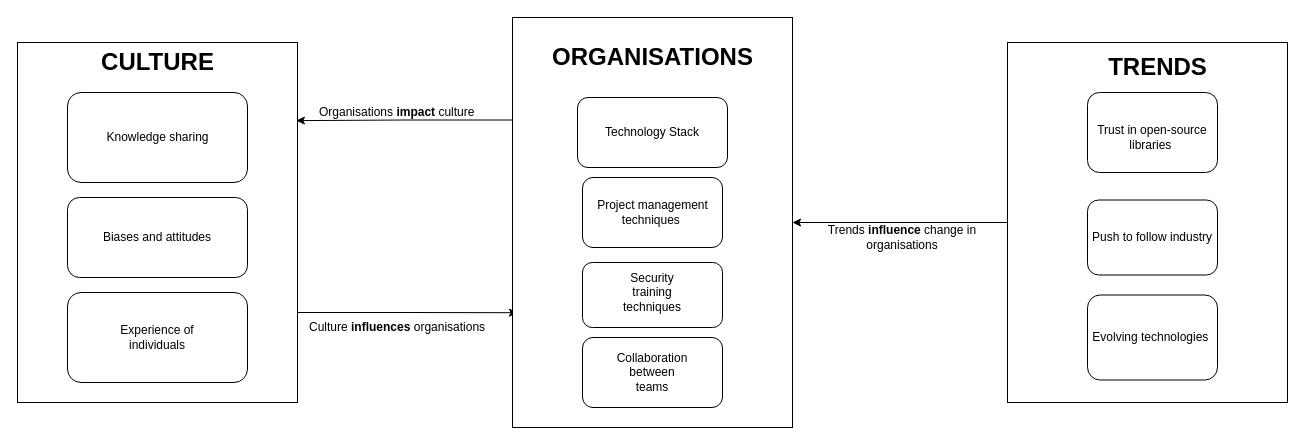
The draw.io diagram reports/final/Emergent_Theory_Diagram.drawio in sajwanlava/ENGR489, before the edit. Source tidied: cells renumbered, new cells numbered last; positions are measured from the earlier drawing's top-left corner, leaving out a move shared by most shapes. Both pictures are drawn from the tidied source at 100%, with x=0, y=0 at pixel (17, 17).
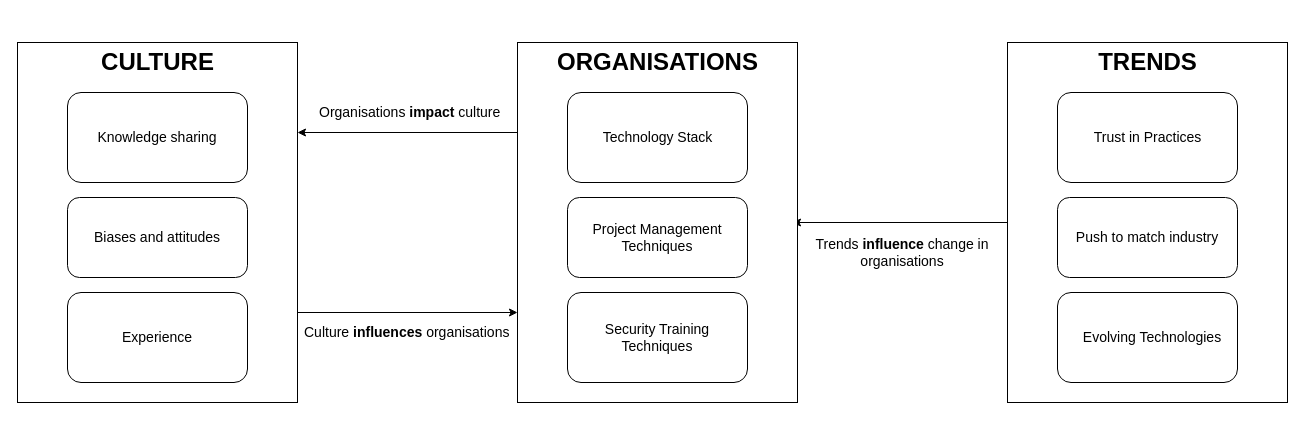
Above is the later version.

Commit message (it also covers changes not shown here):
Latest report updates, added new emergent theory diagram, updated timetable

Unchanged cells that the change refers to:
```xml
<mxCell id="5" style="rounded=0;whiteSpace=wrap;html=1;" parent="1" vertex="1">
  <mxGeometry y="25" width="280" height="360" as="geometry" />
</mxCell>
```

What changed in the source:
```diff
@@
-    <mxCell id="2" style="edgeStyle=orthogonalEdgeStyle;rounded=0;jettySize=auto;html=1;entryX=1;entryY=0.5;entryDx=0;entryDy=0;" parent="1" edge="1" source="3" target="12">
-      <mxGeometry relative="1" as="geometry" />
+    <mxCell id="2" style="edgeStyle=orthogonalEdgeStyle;rounded=0;orthogonalLoop=1;jettySize=auto;html=1;entryX=1;entryY=0.5;entryDx=0;entryDy=0;" parent="1" edge="1">
+      <mxGeometry relative="1" as="geometry">
+        <mxPoint x="990" y="205" as="sourcePoint" />
+        <mxPoint x="775" y="205" as="targetPoint" />
+      </mxGeometry>
     </mxCell>
-    <mxCell id="3" style="rounded=0;whiteSpace=wrap;html=1;" parent="1" vertex="1">
-      <mxGeometry x="990" y="25" width="280" height="360" as="geometry" />
-    </mxCell>
-    <mxCell id="4" style="edgeStyle=orthogonalEdgeStyle;rounded=0;jettySize=auto;html=1;exitX=1;exitY=0.75;exitDx=0;exitDy=0;entryX=0.018;entryY=0.72;entryDx=0;entryDy=0;entryPerimeter=0;" parent="1" edge="1" source="5" target="12">
-      <mxGeometry relative="1" as="geometry" />
-    </mxCell>
+    <mxCell id="32" style="edgeStyle=orthogonalEdgeStyle;rounded=0;jettySize=auto;html=1;exitX=1;exitY=0.75;exitDx=0;exitDy=0;entryX=0;entryY=0.75;entryDx=0;entryDy=0;" parent="1" edge="1" source="5" target="34">
+      <mxGeometry relative="1" as="geometry" />
+    </mxCell>
@@
-    <mxCell id="7" value="Biases and attitudes" style="text;html=1;strokeColor=none;fillColor=none;align=center;verticalAlign=middle;whiteSpace=wrap;rounded=0;" parent="1" vertex="1">
+    <mxCell id="7" value="&lt;font style=&quot;font-size: 14px&quot;&gt;Biases and attitudes&lt;/font&gt;" style="text;html=1;strokeColor=none;fillColor=none;align=center;verticalAlign=middle;whiteSpace=wrap;rounded=0;" parent="1" vertex="1">
       <mxGeometry x="70" y="210" width="140" height="20" as="geometry" />
     </mxCell>
@@
-    <mxCell id="10" value="Knowledge sharing" style="text;html=1;strokeColor=none;fillColor=none;align=center;verticalAlign=middle;whiteSpace=wrap;rounded=0;" parent="1" vertex="1">
-      <mxGeometry x="82.5" y="115" width="115" height="10" as="geometry" />
+    <mxCell id="10" value="&lt;font style=&quot;font-size: 14px&quot;&gt;Knowledge sharing&lt;/font&gt;" style="text;html=1;strokeColor=none;fillColor=none;align=center;verticalAlign=middle;whiteSpace=wrap;rounded=0;" parent="1" vertex="1">
+      <mxGeometry x="71.2" y="115" width="137.5" height="10" as="geometry" />
     </mxCell>
-    <mxCell id="11" style="edgeStyle=orthogonalEdgeStyle;rounded=0;jettySize=auto;html=1;exitX=0;exitY=0.25;exitDx=0;exitDy=0;entryX=0.996;entryY=0.217;entryDx=0;entryDy=0;entryPerimeter=0;" parent="1" edge="1" source="12" target="5">
-      <mxGeometry relative="1" as="geometry" />
-    </mxCell>
-    <mxCell id="12" style="rounded=0;whiteSpace=wrap;html=1;" parent="1" vertex="1">
-      <mxGeometry x="495" width="280" height="410" as="geometry" />
-    </mxCell>
-    <mxCell id="13" value="ORGANISATIONS" style="text;strokeColor=none;fillColor=none;html=1;fontSize=24;fontStyle=1;verticalAlign=middle;align=center;" parent="1" vertex="1">
-      <mxGeometry x="585" y="20" width="100" height="40" as="geometry" />
-    </mxCell>
-    <mxCell id="14" style="rounded=1;whiteSpace=wrap;html=1;" parent="1" vertex="1">
-      <mxGeometry x="565" y="160" width="140" height="70" as="geometry" />
-    </mxCell>
-    <mxCell id="15" value="Project management techniques&amp;nbsp;" style="text;html=1;strokeColor=none;fillColor=none;align=center;verticalAlign=middle;whiteSpace=wrap;rounded=0;" parent="1" vertex="1">
-      <mxGeometry x="577.5" y="190" width="115" height="10" as="geometry" />
-    </mxCell>
-    <mxCell id="16" style="rounded=1;whiteSpace=wrap;html=1;" parent="1" vertex="1">
-      <mxGeometry x="565" y="245" width="140" height="65" as="geometry" />
-    </mxCell>
-    <mxCell id="17" value="Security training techniques" style="text;html=1;strokeColor=none;fillColor=none;align=center;verticalAlign=middle;whiteSpace=wrap;rounded=0;" parent="1" vertex="1">
-      <mxGeometry x="615" y="265" width="40" height="20" as="geometry" />
-    </mxCell>
-    <mxCell id="18" value="Organisations&amp;nbsp;&lt;b&gt;impact&lt;/b&gt; culture" style="text;html=1;strokeColor=none;fillColor=none;align=left;verticalAlign=middle;whiteSpace=wrap;rounded=0;" parent="1" vertex="1">
-      <mxGeometry x="300" y="85" width="160" height="20" as="geometry" />
+    <mxCell id="18" value="&lt;font style=&quot;font-size: 14px&quot;&gt;Organisations&amp;nbsp;&lt;b&gt;impact&lt;/b&gt; culture&lt;/font&gt;" style="text;html=1;strokeColor=none;fillColor=none;align=left;verticalAlign=middle;whiteSpace=wrap;rounded=0;" parent="1" vertex="1">
+      <mxGeometry x="300" y="85" width="190" height="20" as="geometry" />
     </mxCell>
-    <mxCell id="19" style="rounded=1;whiteSpace=wrap;html=1;" parent="1" vertex="1">
-      <mxGeometry x="565" y="320" width="140" height="70" as="geometry" />
-    </mxCell>
-    <mxCell id="20" value="Collaboration between teams" style="text;html=1;strokeColor=none;fillColor=none;align=center;verticalAlign=middle;whiteSpace=wrap;rounded=0;" parent="1" vertex="1">
-      <mxGeometry x="615" y="345" width="40" height="20" as="geometry" />
-    </mxCell>
-    <mxCell id="21" value="TRENDS" style="text;strokeColor=none;fillColor=none;html=1;fontSize=24;fontStyle=1;verticalAlign=middle;align=center;" parent="1" vertex="1">
-      <mxGeometry x="1090" y="35" width="100" height="30" as="geometry" />
-    </mxCell>
-    <mxCell id="22" value="Trends &lt;b&gt;influence&lt;/b&gt; change in organisations" style="text;html=1;strokeColor=none;fillColor=none;align=center;verticalAlign=middle;whiteSpace=wrap;rounded=0;" parent="1" vertex="1">
-      <mxGeometry x="780" y="210" width="210" height="20" as="geometry" />
+    <mxCell id="22" value="&lt;font style=&quot;font-size: 14px&quot;&gt;Trends &lt;b&gt;influence&lt;/b&gt; change in organisations&lt;/font&gt;" style="text;html=1;strokeColor=none;fillColor=none;align=center;verticalAlign=middle;whiteSpace=wrap;rounded=0;" parent="1" vertex="1">
+      <mxGeometry x="780" y="225" width="210" height="20" as="geometry" />
     </mxCell>
-    <mxCell id="23" style="rounded=1;whiteSpace=wrap;html=1;" parent="1" vertex="1">
-      <mxGeometry x="560" y="80" width="150" height="70" as="geometry" />
-    </mxCell>
-    <mxCell id="24" value="Technology Stack" style="text;html=1;strokeColor=none;fillColor=none;align=center;verticalAlign=middle;whiteSpace=wrap;rounded=0;" parent="1" vertex="1">
-      <mxGeometry x="565" y="105" width="140" height="20" as="geometry" />
-    </mxCell>
-    <mxCell id="25" style="rounded=1;whiteSpace=wrap;html=1;" parent="1" vertex="1">
-      <mxGeometry x="1070" y="75" width="130" height="80" as="geometry" />
-    </mxCell>
-    <mxCell id="26" value="Trust in open-source libraries&amp;nbsp;" style="text;html=1;strokeColor=none;fillColor=none;align=center;verticalAlign=middle;whiteSpace=wrap;rounded=0;" parent="1" vertex="1">
-      <mxGeometry x="1075" y="110" width="120" height="20" as="geometry" />
-    </mxCell>
-    <mxCell id="27" value="Push to follow industry" style="rounded=1;whiteSpace=wrap;html=1;" parent="1" vertex="1">
-      <mxGeometry x="1070" y="182.5" width="130" height="75" as="geometry" />
-    </mxCell>
-    <mxCell id="28" value="Evolving technologies&amp;nbsp;" style="rounded=1;whiteSpace=wrap;html=1;" parent="1" vertex="1">
-      <mxGeometry x="1070" y="277.5" width="130" height="85" as="geometry" />
-    </mxCell>
@@
-    <mxCell id="30" value="Experience of individuals" style="text;html=1;strokeColor=none;fillColor=none;align=center;verticalAlign=middle;whiteSpace=wrap;rounded=0;" parent="1" vertex="1">
+    <mxCell id="30" value="&lt;font style=&quot;font-size: 14px&quot;&gt;Experience&lt;/font&gt;" style="text;html=1;strokeColor=none;fillColor=none;align=center;verticalAlign=middle;whiteSpace=wrap;rounded=0;" parent="1" vertex="1">
       <mxGeometry x="90" y="310" width="100" height="20" as="geometry" />
     </mxCell>
-    <mxCell id="31" value="Culture &lt;b&gt;influences&lt;/b&gt; organisations" style="text;html=1;strokeColor=none;fillColor=none;align=left;verticalAlign=middle;whiteSpace=wrap;rounded=0;" parent="1" vertex="1">
-      <mxGeometry x="290" y="300" width="225" height="20" as="geometry" />
+    <mxCell id="31" value="&lt;font style=&quot;font-size: 14px&quot;&gt;Culture &lt;b&gt;influences&lt;/b&gt; organisations&lt;/font&gt;" style="text;html=1;strokeColor=none;fillColor=none;align=left;verticalAlign=middle;whiteSpace=wrap;rounded=0;" parent="1" vertex="1">
+      <mxGeometry x="285" y="305" width="225" height="20" as="geometry" />
     </mxCell>
+    <mxCell id="33" style="edgeStyle=orthogonalEdgeStyle;rounded=0;jettySize=auto;html=1;exitX=0;exitY=0.25;exitDx=0;exitDy=0;entryX=1;entryY=0.25;entryDx=0;entryDy=0;" parent="1" edge="1" source="34" target="5">
+      <mxGeometry relative="1" as="geometry" />
+    </mxCell>
+    <mxCell id="34" style="rounded=0;whiteSpace=wrap;html=1;" parent="1" vertex="1">
+      <mxGeometry x="500" y="25" width="280" height="360" as="geometry" />
+    </mxCell>
+    <mxCell id="35" style="rounded=1;whiteSpace=wrap;html=1;" parent="1" vertex="1">
+      <mxGeometry x="550" y="180" width="180" height="80" as="geometry" />
+    </mxCell>
+    <mxCell id="36" value="&lt;font style=&quot;font-size: 14px&quot;&gt;Project Management Techniques&lt;/font&gt;" style="text;html=1;strokeColor=none;fillColor=none;align=center;verticalAlign=middle;whiteSpace=wrap;rounded=0;" parent="1" vertex="1">
+      <mxGeometry x="570" y="210" width="140" height="20" as="geometry" />
+    </mxCell>
+    <mxCell id="13" value="ORGANISATIONS" style="text;strokeColor=none;fillColor=none;html=1;fontSize=24;fontStyle=1;verticalAlign=middle;align=center;" parent="1" vertex="1">
+      <mxGeometry x="590" y="25" width="100" height="40" as="geometry" />
+    </mxCell>
+    <mxCell id="37" style="rounded=1;whiteSpace=wrap;html=1;" parent="1" vertex="1">
+      <mxGeometry x="550" y="75" width="180" height="90" as="geometry" />
+    </mxCell>
+    <mxCell id="24" value="&lt;font style=&quot;font-size: 14px&quot;&gt;Technology Stack&lt;/font&gt;" style="text;html=1;strokeColor=none;fillColor=none;align=center;verticalAlign=middle;whiteSpace=wrap;rounded=0;" parent="1" vertex="1">
+      <mxGeometry x="582.5" y="115" width="115" height="10" as="geometry" />
+    </mxCell>
+    <mxCell id="38" style="rounded=1;whiteSpace=wrap;html=1;" parent="1" vertex="1">
+      <mxGeometry x="550" y="275" width="180" height="90" as="geometry" />
+    </mxCell>
+    <mxCell id="39" value="&lt;font style=&quot;font-size: 14px&quot;&gt;Security Training Techniques&lt;/font&gt;" style="text;html=1;strokeColor=none;fillColor=none;align=center;verticalAlign=middle;whiteSpace=wrap;rounded=0;" parent="1" vertex="1">
+      <mxGeometry x="580" y="310" width="120" height="20" as="geometry" />
+    </mxCell>
+    <mxCell id="3" style="rounded=0;whiteSpace=wrap;html=1;" parent="1" vertex="1">
+      <mxGeometry x="990" y="25" width="280" height="360" as="geometry" />
+    </mxCell>
+    <mxCell id="40" style="rounded=1;whiteSpace=wrap;html=1;" parent="1" vertex="1">
+      <mxGeometry x="1040" y="180" width="180" height="80" as="geometry" />
+    </mxCell>
+    <mxCell id="41" value="&lt;font style=&quot;font-size: 14px&quot;&gt;Push to match industry&lt;/font&gt;" style="text;html=1;strokeColor=none;fillColor=none;align=center;verticalAlign=middle;whiteSpace=wrap;rounded=0;" parent="1" vertex="1">
+      <mxGeometry x="1050" y="210" width="160" height="20" as="geometry" />
+    </mxCell>
+    <mxCell id="21" value="TRENDS" style="text;strokeColor=none;fillColor=none;html=1;fontSize=24;fontStyle=1;verticalAlign=middle;align=center;" parent="1" vertex="1">
+      <mxGeometry x="1080" y="25" width="100" height="40" as="geometry" />
+    </mxCell>
+    <mxCell id="42" style="rounded=1;whiteSpace=wrap;html=1;" parent="1" vertex="1">
+      <mxGeometry x="1040" y="75" width="180" height="90" as="geometry" />
+    </mxCell>
+    <mxCell id="43" value="&lt;font style=&quot;font-size: 14px&quot;&gt;Trust in Practices&lt;/font&gt;" style="text;html=1;strokeColor=none;fillColor=none;align=center;verticalAlign=middle;whiteSpace=wrap;rounded=0;" parent="1" vertex="1">
+      <mxGeometry x="1072.5" y="115" width="115" height="10" as="geometry" />
+    </mxCell>
+    <mxCell id="44" style="rounded=1;whiteSpace=wrap;html=1;" parent="1" vertex="1">
+      <mxGeometry x="1040" y="275" width="180" height="90" as="geometry" />
+    </mxCell>
+    <mxCell id="45" value="&lt;font style=&quot;font-size: 14px&quot;&gt;Evolving Technologies&lt;/font&gt;" style="text;html=1;strokeColor=none;fillColor=none;align=center;verticalAlign=middle;whiteSpace=wrap;rounded=0;" parent="1" vertex="1">
+      <mxGeometry x="1060" y="310" width="150" height="20" as="geometry" />
+    </mxCell>
```
